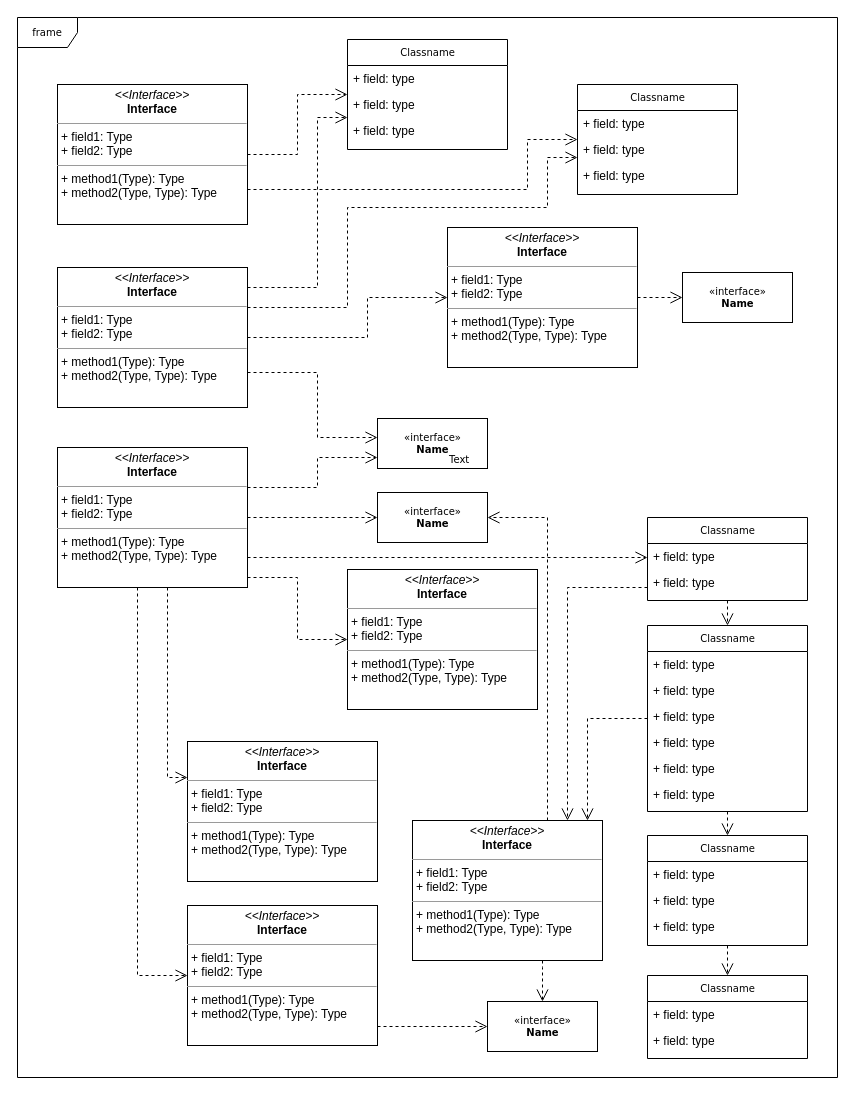
Before: page "Page-1" (1 of 2) of draw/SylixOS内核艺术.drawio in peng-fan/drawio, a draw.io diagram. Source tidied: cells renumbered, new cells numbered last; positions are measured from the earlier drawing's top-left corner, leaving out a move shared by most shapes. Both pictures are drawn from the tidied source at 100%, with x=0, y=0 at pixel (17, 17).
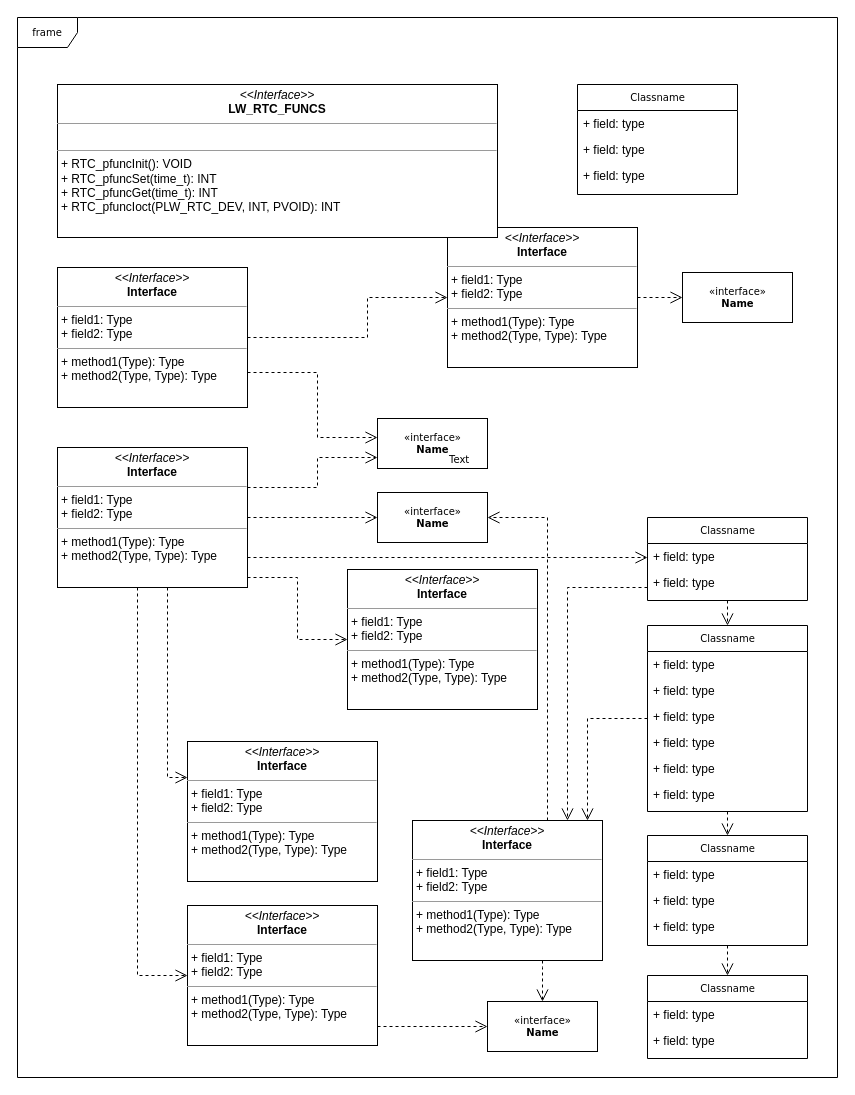
The same diagram, later.

Commit message:
更新SylixOS内核艺术.drawio

The change refers to these unchanged cells:
```xml
<mxCell id="16" value="Classname" style="swimlane;html=1;fontStyle=0;horizontal=1;startSize=26;fillColor=none;swimlaneFillColor=#ffffff;rounded=0;shadow=0;comic=0;labelBackgroundColor=none;strokeWidth=1;fontFamily=Verdana;fontSize=10;align=center;" parent="1" vertex="1">
  <mxGeometry x="560" y="67" width="160" height="110" as="geometry" />
</mxCell>
<mxCell id="53" value="&lt;p style=&quot;margin:0px;margin-top:4px;text-align:center;&quot;&gt;&lt;i&gt;&amp;lt;&amp;lt;Interface&amp;gt;&amp;gt;&lt;/i&gt;&lt;br/&gt;&lt;b&gt;Interface&lt;/b&gt;&lt;/p&gt;&lt;hr size=&quot;1&quot;/&gt;&lt;p style=&quot;margin:0px;margin-left:4px;&quot;&gt;+ field1: Type&lt;br/&gt;+ field2: Type&lt;/p&gt;&lt;hr size=&quot;1&quot;/&gt;&lt;p style=&quot;margin:0px;margin-left:4px;&quot;&gt;+ method1(Type): Type&lt;br/&gt;+ method2(Type, Type): Type&lt;/p&gt;" style="verticalAlign=top;align=left;overflow=fill;fontSize=12;fontFamily=Helvetica;html=1;rounded=0;shadow=0;comic=0;labelBackgroundColor=none;strokeWidth=1;" parent="1" vertex="1">
  <mxGeometry x="40" y="250" width="190" height="140" as="geometry" />
</mxCell>
```

Diff of the diagram source:
```diff
@@
-    <mxCell id="12" value="Classname" style="swimlane;html=1;fontStyle=0;horizontal=1;startSize=26;fillColor=none;swimlaneFillColor=#ffffff;rounded=0;shadow=0;comic=0;labelBackgroundColor=none;strokeWidth=1;fontFamily=Verdana;fontSize=10;align=center;" parent="1" vertex="1">
-      <mxGeometry x="330" y="22" width="160" height="110" as="geometry" />
-    </mxCell>
-    <mxCell id="13" value="+ field: type" style="text;html=1;strokeColor=none;fillColor=none;align=left;verticalAlign=top;spacingLeft=4;spacingRight=4;whiteSpace=wrap;overflow=hidden;" parent="12" vertex="1">
-      <mxGeometry y="26" width="160" height="26" as="geometry" />
-    </mxCell>
-    <mxCell id="14" value="+ field: type" style="text;html=1;strokeColor=none;fillColor=none;align=left;verticalAlign=top;spacingLeft=4;spacingRight=4;whiteSpace=wrap;overflow=hidden;" parent="12" vertex="1">
-      <mxGeometry y="52" width="160" height="26" as="geometry" />
-    </mxCell>
-    <mxCell id="15" value="+ field: type" style="text;html=1;strokeColor=none;fillColor=none;align=left;verticalAlign=top;spacingLeft=4;spacingRight=4;whiteSpace=wrap;overflow=hidden;" parent="12" vertex="1">
-      <mxGeometry y="78" width="160" height="26" as="geometry" />
-    </mxCell>
@@
-    <mxCell id="46" style="edgeStyle=orthogonalEdgeStyle;rounded=0;html=1;labelBackgroundColor=none;startFill=0;endArrow=open;endFill=0;endSize=10;fontFamily=Verdana;fontSize=10;dashed=1;" parent="1" edge="1" source="48" target="12">
-      <mxGeometry relative="1" as="geometry" />
-    </mxCell>
-    <mxCell id="47" style="edgeStyle=orthogonalEdgeStyle;rounded=0;html=1;exitX=1;exitY=0.75;dashed=1;labelBackgroundColor=none;startFill=0;endArrow=open;endFill=0;endSize=10;fontFamily=Verdana;fontSize=10;" parent="1" edge="1" source="48" target="16">
-      <mxGeometry relative="1" as="geometry">
-        <Array as="points">
-          <mxPoint x="510" y="172" />
-          <mxPoint x="510" y="122" />
-        </Array>
-      </mxGeometry>
-    </mxCell>
-    <mxCell id="48" value="&lt;p style=&quot;margin:0px;margin-top:4px;text-align:center;&quot;&gt;&lt;i&gt;&amp;lt;&amp;lt;Interface&amp;gt;&amp;gt;&lt;/i&gt;&lt;br/&gt;&lt;b&gt;Interface&lt;/b&gt;&lt;/p&gt;&lt;hr size=&quot;1&quot;/&gt;&lt;p style=&quot;margin:0px;margin-left:4px;&quot;&gt;+ field1: Type&lt;br/&gt;+ field2: Type&lt;/p&gt;&lt;hr size=&quot;1&quot;/&gt;&lt;p style=&quot;margin:0px;margin-left:4px;&quot;&gt;+ method1(Type): Type&lt;br/&gt;+ method2(Type, Type): Type&lt;/p&gt;" style="verticalAlign=top;align=left;overflow=fill;fontSize=12;fontFamily=Helvetica;html=1;rounded=0;shadow=0;comic=0;labelBackgroundColor=none;strokeWidth=1;" parent="1" vertex="1">
-      <mxGeometry x="40" y="67" width="190" height="140" as="geometry" />
+    <mxCell id="48" value="&lt;p style=&quot;margin:0px;margin-top:4px;text-align:center;&quot;&gt;&lt;i&gt;&amp;lt;&amp;lt;Interface&amp;gt;&amp;gt;&lt;/i&gt;&lt;br&gt;&lt;b&gt;LW_RTC_FUNCS&lt;/b&gt;&lt;/p&gt;&lt;hr size=&quot;1&quot;&gt;&lt;p style=&quot;margin:0px;margin-left:4px;&quot;&gt;&lt;br&gt;&lt;/p&gt;&lt;hr size=&quot;1&quot;&gt;&lt;p style=&quot;margin:0px;margin-left:4px;&quot;&gt;+ RTC_pfuncInit(): VOID&lt;br&gt;+ RTC_pfuncSet(time_t): INT&lt;/p&gt;&lt;p style=&quot;margin:0px;margin-left:4px;&quot;&gt;+&amp;nbsp;&lt;span style=&quot;background-color: transparent; color: light-dark(rgb(0, 0, 0), rgb(255, 255, 255));&quot;&gt;RTC_pfuncGet(&lt;/span&gt;&lt;span style=&quot;background-color: transparent;&quot;&gt;time_t&lt;/span&gt;&lt;span style=&quot;background-color: transparent; color: light-dark(rgb(0, 0, 0), rgb(255, 255, 255));&quot;&gt;): INT&lt;/span&gt;&lt;/p&gt;&lt;p style=&quot;margin:0px;margin-left:4px;&quot;&gt;+&amp;nbsp;&lt;span style=&quot;background-color: transparent;&quot;&gt;RTC_pfuncIoct&lt;/span&gt;&lt;span style=&quot;color: light-dark(rgb(0, 0, 0), rgb(255, 255, 255)); background-color: transparent;&quot;&gt;(P&lt;/span&gt;&lt;span style=&quot;background-color: transparent;&quot;&gt;LW_RTC_DEV, INT, PVOID): INT&lt;/span&gt;&lt;/p&gt;" style="verticalAlign=top;align=left;overflow=fill;fontSize=12;fontFamily=Helvetica;html=1;rounded=0;shadow=0;comic=0;labelBackgroundColor=none;strokeWidth=1;" parent="1" vertex="1">
+      <mxGeometry x="40" y="67" width="440" height="153" as="geometry" />
     </mxCell>
-    <mxCell id="49" style="edgeStyle=orthogonalEdgeStyle;rounded=0;html=1;dashed=1;labelBackgroundColor=none;startFill=0;endArrow=open;endFill=0;endSize=10;fontFamily=Verdana;fontSize=10;" parent="1" edge="1" source="53" target="12">
-      <mxGeometry relative="1" as="geometry">
-        <Array as="points">
-          <mxPoint x="300" y="270" />
-          <mxPoint x="300" y="100" />
-        </Array>
-      </mxGeometry>
-    </mxCell>
-    <mxCell id="50" style="edgeStyle=orthogonalEdgeStyle;rounded=0;html=1;dashed=1;labelBackgroundColor=none;startFill=0;endArrow=open;endFill=0;endSize=10;fontFamily=Verdana;fontSize=10;" parent="1" edge="1" source="53" target="16">
-      <mxGeometry relative="1" as="geometry">
-        <Array as="points">
-          <mxPoint x="330" y="290" />
-          <mxPoint x="330" y="190" />
-          <mxPoint x="530" y="190" />
-          <mxPoint x="530" y="140" />
-        </Array>
-      </mxGeometry>
-    </mxCell>
```
